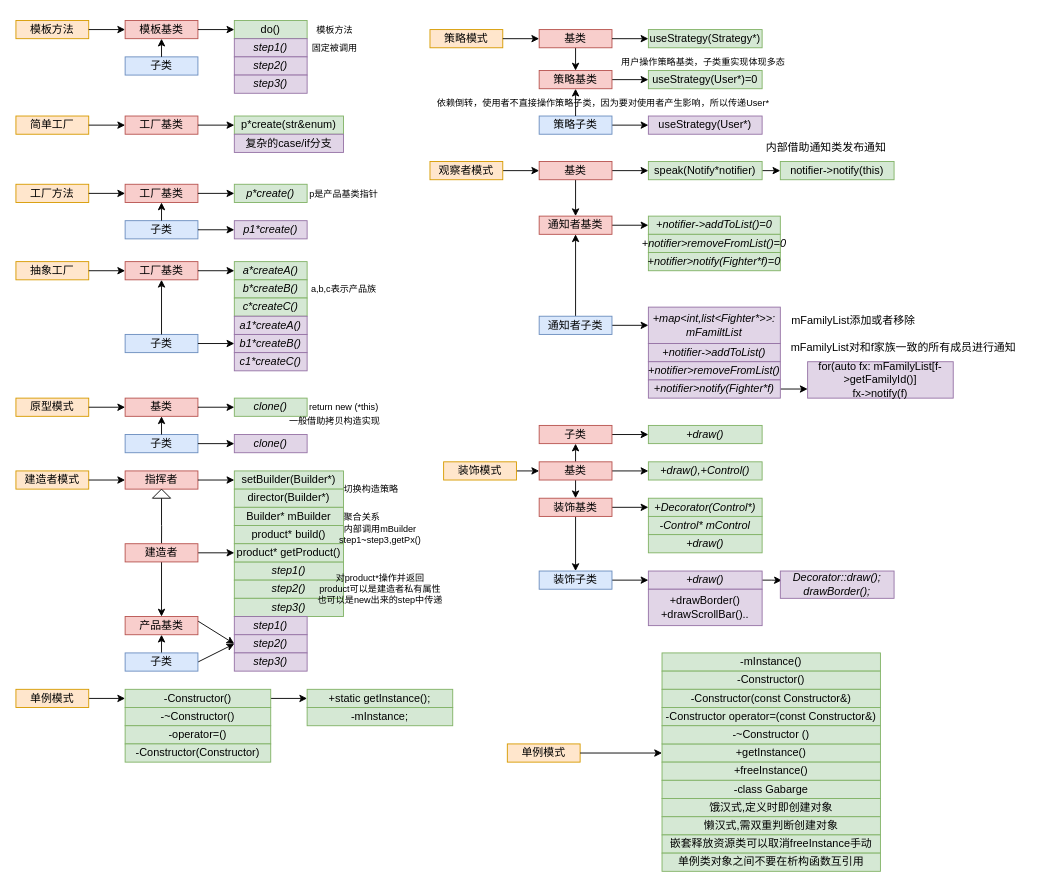
The draw.io diagram designMode.drawio in chenbei97/C--DesignMode, before the edit. Source tidied: cells renumbered, new cells numbered last; positions are measured from the earlier drawing's top-left corner, leaving out a move shared by most shapes. Both pictures are drawn from the tidied source at 91%, with x=0, y=0 at pixel (15, 15).
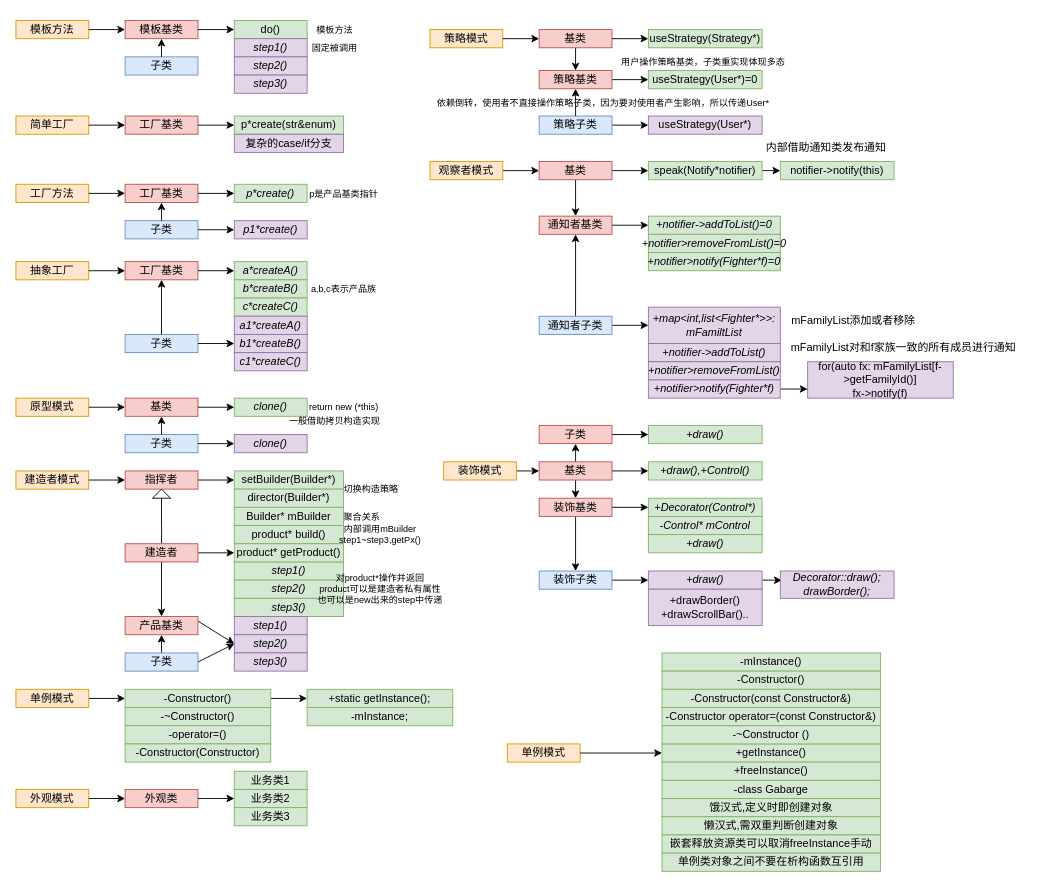
After the change.

Change to the diagram source:
```diff
@@
+    <mxCell id="177" style="group;" parent="1" vertex="1">
+      <mxGeometry y="830" width="320" height="60" as="geometry" />
+    </mxCell>
+    <mxCell id="178" value="外观模式" style="whiteSpace=wrap;html=1;fillColor=#ffe6cc;strokeColor=#d79b00;" parent="177" vertex="1">
+      <mxGeometry y="20" width="80" height="20" as="geometry" />
+    </mxCell>
+    <mxCell id="179" value="外观类" style="whiteSpace=wrap;html=1;fillColor=#f8cecc;strokeColor=#b85450;" parent="177" vertex="1">
+      <mxGeometry x="120" y="20" width="80" height="20" as="geometry" />
+    </mxCell>
+    <mxCell id="180" style="edgeStyle=none;html=1;exitX=1;exitY=0.5;exitDx=0;exitDy=0;entryX=0;entryY=0.5;entryDx=0;entryDy=0;" parent="177" edge="1" source="178" target="179">
+      <mxGeometry relative="1" as="geometry" />
+    </mxCell>
+    <mxCell id="181" value="业务类1" style="whiteSpace=wrap;html=1;fillColor=#d5e8d4;strokeColor=#82b366;" parent="177" vertex="1">
+      <mxGeometry x="240" width="80" height="20" as="geometry" />
+    </mxCell>
+    <mxCell id="182" value="业务类2" style="whiteSpace=wrap;html=1;fillColor=#d5e8d4;strokeColor=#82b366;" parent="177" vertex="1">
+      <mxGeometry x="240" y="20" width="80" height="20" as="geometry" />
+    </mxCell>
+    <mxCell id="183" style="edgeStyle=none;html=1;exitX=1;exitY=0.5;exitDx=0;exitDy=0;entryX=0;entryY=0.5;entryDx=0;entryDy=0;" parent="177" edge="1" source="179" target="182">
+      <mxGeometry relative="1" as="geometry" />
+    </mxCell>
+    <mxCell id="184" value="业务类3" style="whiteSpace=wrap;html=1;fillColor=#d5e8d4;strokeColor=#82b366;" parent="177" vertex="1">
+      <mxGeometry x="240" y="40" width="80" height="20" as="geometry" />
+    </mxCell>
```
